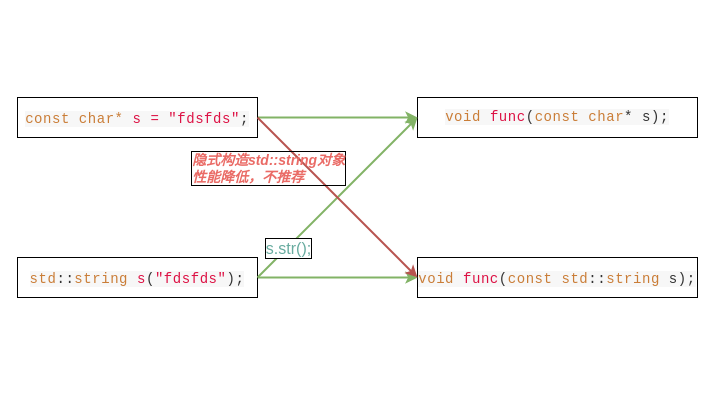
Earlier version of the draw.io diagram char_or_string.drawio (alanzhai219/code-snippet). Source tidied: cells renumbered, new cells numbered last; positions are measured from the earlier drawing's top-left corner, leaving out a move shared by most shapes. Both pictures are drawn from the tidied source at 100%, with x=0, y=0 at pixel (17, 97).
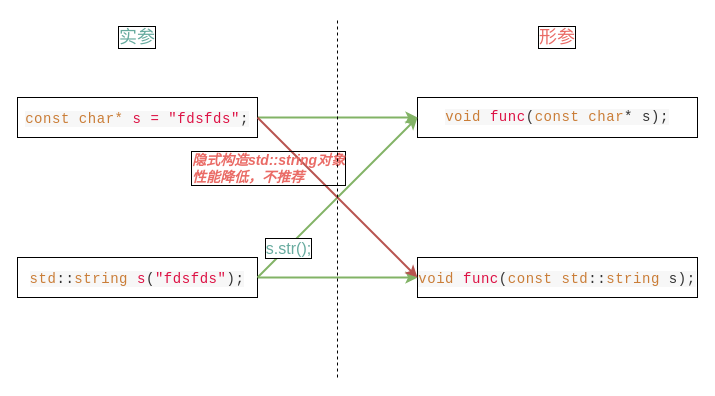
Above is the later version.

What changed in the source:
```diff
@@
 <mxGraphModel>
   <root>
     <mxCell id="0" />
     <mxCell id="1" parent="0" />
     <mxCell id="2" value="&lt;span class=&quot;code-snippet__function&quot; style=&quot;margin: 0px ; padding: 0px ; outline: 0px ; max-width: 1000% ; color: rgb(51 , 51 , 51) ; font-family: &amp;#34;consolas&amp;#34; , &amp;#34;liberation mono&amp;#34; , &amp;#34;menlo&amp;#34; , &amp;#34;courier&amp;#34; , monospace ; font-size: 14px ; letter-spacing: 0.544px ; text-align: left ; background-color: rgba(0 , 0 , 0 , 0.03) ; visibility: visible ; box-sizing: border-box ; overflow-wrap: break-word&quot;&gt;&lt;span class=&quot;code-snippet__keyword&quot; style=&quot;margin: 0px ; padding: 0px ; outline: 0px ; max-width: 1000% ; box-sizing: border-box ; overflow-wrap: break-word ; color: rgb(202 , 125 , 55) ; visibility: visible&quot;&gt;void&lt;/span&gt; &lt;span class=&quot;code-snippet__title&quot; style=&quot;margin: 0px ; padding: 0px ; outline: 0px ; max-width: 1000% ; box-sizing: border-box ; overflow-wrap: break-word ; color: rgb(221 , 17 , 68) ; visibility: visible&quot;&gt;func&lt;/span&gt;&lt;span class=&quot;code-snippet__params&quot; style=&quot;margin: 0px ; padding: 0px ; outline: 0px ; max-width: 1000% ; box-sizing: border-box ; overflow-wrap: break-word ; visibility: visible&quot;&gt;(&lt;span class=&quot;code-snippet__keyword&quot; style=&quot;margin: 0px ; padding: 0px ; outline: 0px ; max-width: 1000% ; box-sizing: border-box ; overflow-wrap: break-word ; color: rgb(202 , 125 , 55) ; visibility: visible&quot;&gt;const&lt;/span&gt; &lt;span class=&quot;code-snippet__keyword&quot; style=&quot;margin: 0px ; padding: 0px ; outline: 0px ; max-width: 1000% ; box-sizing: border-box ; overflow-wrap: break-word ; color: rgb(202 , 125 , 55) ; visibility: visible&quot;&gt;char&lt;/span&gt;* s)&lt;/span&gt;&lt;/span&gt;&lt;span style=&quot;color: rgb(51 , 51 , 51) ; font-family: &amp;#34;consolas&amp;#34; , &amp;#34;liberation mono&amp;#34; , &amp;#34;menlo&amp;#34; , &amp;#34;courier&amp;#34; , monospace ; font-size: 14px ; letter-spacing: 0.544px ; text-align: left ; background-color: rgba(0 , 0 , 0 , 0.03)&quot;&gt;;&lt;/span&gt;" style="rounded=0;whiteSpace=wrap;html=1;" parent="1" vertex="1">
       <mxGeometry x="400" width="280" height="40" as="geometry" />
     </mxCell>
     <mxCell id="3" value="&lt;span class=&quot;code-snippet__function&quot; style=&quot;margin: 0px ; padding: 0px ; outline: 0px ; max-width: 1000% ; color: rgb(51 , 51 , 51) ; font-family: &amp;#34;consolas&amp;#34; , &amp;#34;liberation mono&amp;#34; , &amp;#34;menlo&amp;#34; , &amp;#34;courier&amp;#34; , monospace ; font-size: 14px ; letter-spacing: 0.544px ; text-align: left ; background-color: rgba(0 , 0 , 0 , 0.03) ; visibility: visible ; box-sizing: border-box ; overflow-wrap: break-word&quot;&gt;&lt;span class=&quot;code-snippet__keyword&quot; style=&quot;margin: 0px ; padding: 0px ; outline: 0px ; max-width: 1000% ; box-sizing: border-box ; overflow-wrap: break-word ; color: rgb(202 , 125 , 55) ; visibility: visible&quot;&gt;void&lt;/span&gt; &lt;span class=&quot;code-snippet__title&quot; style=&quot;margin: 0px ; padding: 0px ; outline: 0px ; max-width: 1000% ; box-sizing: border-box ; overflow-wrap: break-word ; color: rgb(221 , 17 , 68) ; visibility: visible&quot;&gt;func&lt;/span&gt;&lt;span class=&quot;code-snippet__params&quot; style=&quot;margin: 0px ; padding: 0px ; outline: 0px ; max-width: 1000% ; box-sizing: border-box ; overflow-wrap: break-word ; visibility: visible&quot;&gt;(&lt;span class=&quot;code-snippet__keyword&quot; style=&quot;margin: 0px ; padding: 0px ; outline: 0px ; max-width: 1000% ; box-sizing: border-box ; overflow-wrap: break-word ; color: rgb(202 , 125 , 55) ; visibility: visible&quot;&gt;const&lt;/span&gt; &lt;span class=&quot;code-snippet__built_in&quot; style=&quot;margin: 0px ; padding: 0px ; outline: 0px ; max-width: 1000% ; box-sizing: border-box ; overflow-wrap: break-word ; color: rgb(202 , 125 , 55) ; visibility: visible&quot;&gt;std&lt;/span&gt;::&lt;span class=&quot;code-snippet__built_in&quot; style=&quot;margin: 0px ; padding: 0px ; outline: 0px ; max-width: 1000% ; box-sizing: border-box ; overflow-wrap: break-word ; color: rgb(202 , 125 , 55) ; visibility: visible&quot;&gt;string&lt;/span&gt;&amp;nbsp;s)&lt;/span&gt;&lt;/span&gt;&lt;span style=&quot;color: rgb(51 , 51 , 51) ; font-family: &amp;#34;consolas&amp;#34; , &amp;#34;liberation mono&amp;#34; , &amp;#34;menlo&amp;#34; , &amp;#34;courier&amp;#34; , monospace ; font-size: 14px ; letter-spacing: 0.544px ; text-align: left ; background-color: rgba(0 , 0 , 0 , 0.03)&quot;&gt;;&lt;/span&gt;" style="rounded=0;whiteSpace=wrap;html=1;fontSize=16;" parent="1" vertex="1">
       <mxGeometry x="400" y="160" width="280" height="40" as="geometry" />
     </mxCell>
     <mxCell id="4" style="edgeStyle=orthogonalEdgeStyle;rounded=0;jettySize=auto;html=1;fontSize=16;fontColor=#EA6B66;fillColor=#d5e8d4;strokeColor=#82b366;strokeWidth=2;" parent="1" edge="1" source="5">
       <mxGeometry relative="1" as="geometry">
         <mxPoint x="400" y="20" as="targetPoint" />
       </mxGeometry>
     </mxCell>
     <mxCell id="5" value="&lt;span class=&quot;code-snippet__function&quot; style=&quot;margin: 0px ; padding: 0px ; outline: 0px ; max-width: 1000% ; font-family: &amp;#34;consolas&amp;#34; , &amp;#34;liberation mono&amp;#34; , &amp;#34;menlo&amp;#34; , &amp;#34;courier&amp;#34; , monospace ; font-size: 14px ; letter-spacing: 0.544px ; text-align: left ; background-color: rgba(0 , 0 , 0 , 0.03) ; visibility: visible ; box-sizing: border-box ; overflow-wrap: break-word&quot;&gt;&lt;font color=&quot;#ca7d37&quot;&gt;const char*&amp;nbsp;&lt;/font&gt;&lt;/span&gt;&lt;span class=&quot;code-snippet__function&quot; style=&quot;margin: 0px ; padding: 0px ; outline: 0px ; max-width: 1000% ; color: rgb(51 , 51 , 51) ; font-family: &amp;#34;consolas&amp;#34; , &amp;#34;liberation mono&amp;#34; , &amp;#34;menlo&amp;#34; , &amp;#34;courier&amp;#34; , monospace ; font-size: 14px ; letter-spacing: 0.544px ; text-align: left ; background-color: rgba(0 , 0 , 0 , 0.03) ; visibility: visible ; box-sizing: border-box ; overflow-wrap: break-word&quot;&gt;&lt;span class=&quot;code-snippet__title&quot; style=&quot;margin: 0px ; padding: 0px ; outline: 0px ; max-width: 1000% ; box-sizing: border-box ; overflow-wrap: break-word ; color: rgb(221 , 17 , 68) ; visibility: visible&quot;&gt;s =&amp;nbsp;&lt;/span&gt;&lt;span class=&quot;code-snippet__params&quot; style=&quot;margin: 0px ; padding: 0px ; outline: 0px ; max-width: 1000% ; box-sizing: border-box ; overflow-wrap: break-word ; visibility: visible&quot;&gt;&lt;span class=&quot;code-snippet__string&quot; style=&quot;margin: 0px ; padding: 0px ; outline: 0px ; max-width: 1000% ; box-sizing: border-box ; overflow-wrap: break-word ; color: rgb(221 , 17 , 68) ; visibility: visible&quot;&gt;&quot;fdsfds&quot;&lt;/span&gt;&lt;/span&gt;&lt;/span&gt;&lt;span style=&quot;color: rgb(51 , 51 , 51) ; font-family: &amp;#34;consolas&amp;#34; , &amp;#34;liberation mono&amp;#34; , &amp;#34;menlo&amp;#34; , &amp;#34;courier&amp;#34; , monospace ; font-size: 14px ; letter-spacing: 0.544px ; text-align: left ; background-color: rgba(0 , 0 , 0 , 0.03)&quot;&gt;;&lt;/span&gt;" style="rounded=0;whiteSpace=wrap;html=1;fontSize=16;" parent="1" vertex="1">
       <mxGeometry width="240" height="40" as="geometry" />
     </mxCell>
     <mxCell id="6" style="edgeStyle=orthogonalEdgeStyle;rounded=0;jettySize=auto;html=1;fontSize=16;fontColor=#EA6B66;fillColor=#d5e8d4;strokeColor=#82b366;strokeWidth=2;" parent="1" edge="1" source="7">
       <mxGeometry relative="1" as="geometry">
         <mxPoint x="400" y="180" as="targetPoint" />
       </mxGeometry>
     </mxCell>
     <mxCell id="7" value="&lt;span class=&quot;code-snippet__built_in&quot; style=&quot;margin: 0px ; padding: 0px ; outline: 0px ; max-width: 1000% ; color: rgb(202 , 125 , 55) ; font-family: &amp;#34;consolas&amp;#34; , &amp;#34;liberation mono&amp;#34; , &amp;#34;menlo&amp;#34; , &amp;#34;courier&amp;#34; , monospace ; font-size: 14px ; letter-spacing: 0.544px ; text-align: left ; background-color: rgba(0 , 0 , 0 , 0.03) ; visibility: visible ; box-sizing: border-box ; overflow-wrap: break-word&quot;&gt;std&lt;/span&gt;&lt;span style=&quot;color: rgb(51 , 51 , 51) ; font-family: &amp;#34;consolas&amp;#34; , &amp;#34;liberation mono&amp;#34; , &amp;#34;menlo&amp;#34; , &amp;#34;courier&amp;#34; , monospace ; font-size: 14px ; letter-spacing: 0.544px ; text-align: left ; background-color: rgba(0 , 0 , 0 , 0.03)&quot;&gt;::&lt;/span&gt;&lt;span class=&quot;code-snippet__function&quot; style=&quot;margin: 0px ; padding: 0px ; outline: 0px ; max-width: 1000% ; color: rgb(51 , 51 , 51) ; font-family: &amp;#34;consolas&amp;#34; , &amp;#34;liberation mono&amp;#34; , &amp;#34;menlo&amp;#34; , &amp;#34;courier&amp;#34; , monospace ; font-size: 14px ; letter-spacing: 0.544px ; text-align: left ; background-color: rgba(0 , 0 , 0 , 0.03) ; visibility: visible ; box-sizing: border-box ; overflow-wrap: break-word&quot;&gt;&lt;span class=&quot;code-snippet__built_in&quot; style=&quot;margin: 0px ; padding: 0px ; outline: 0px ; max-width: 1000% ; box-sizing: border-box ; overflow-wrap: break-word ; color: rgb(202 , 125 , 55) ; visibility: visible&quot;&gt;string&lt;/span&gt; &lt;span class=&quot;code-snippet__title&quot; style=&quot;margin: 0px ; padding: 0px ; outline: 0px ; max-width: 1000% ; box-sizing: border-box ; overflow-wrap: break-word ; color: rgb(221 , 17 , 68) ; visibility: visible&quot;&gt;s&lt;/span&gt;&lt;span class=&quot;code-snippet__params&quot; style=&quot;margin: 0px ; padding: 0px ; outline: 0px ; max-width: 1000% ; box-sizing: border-box ; overflow-wrap: break-word ; visibility: visible&quot;&gt;(&lt;span class=&quot;code-snippet__string&quot; style=&quot;margin: 0px ; padding: 0px ; outline: 0px ; max-width: 1000% ; box-sizing: border-box ; overflow-wrap: break-word ; color: rgb(221 , 17 , 68) ; visibility: visible&quot;&gt;&quot;fdsfds&quot;&lt;/span&gt;)&lt;/span&gt;&lt;/span&gt;&lt;span style=&quot;color: rgb(51 , 51 , 51) ; font-family: &amp;#34;consolas&amp;#34; , &amp;#34;liberation mono&amp;#34; , &amp;#34;menlo&amp;#34; , &amp;#34;courier&amp;#34; , monospace ; font-size: 14px ; letter-spacing: 0.544px ; text-align: left ; background-color: rgba(0 , 0 , 0 , 0.03)&quot;&gt;;&lt;/span&gt;" style="rounded=0;whiteSpace=wrap;html=1;fontSize=16;" parent="1" vertex="1">
       <mxGeometry y="160" width="240" height="40" as="geometry" />
     </mxCell>
     <mxCell id="8" style="endArrow=classic;html=1;rounded=0;fontSize=16;exitX=1;exitY=0.5;exitDx=0;exitDy=0;entryX=0;entryY=0.5;entryDx=0;entryDy=0;fillColor=#d5e8d4;strokeColor=#82b366;strokeWidth=2;" parent="1" edge="1" source="7" target="2">
       <mxGeometry relative="1" as="geometry" />
     </mxCell>
     <mxCell id="9" value="&lt;font color=&quot;#67ab9f&quot;&gt;s.str();&lt;/font&gt;" style="edgeLabel;html=1;align=center;verticalAlign=middle;fontSize=16;labelBorderColor=default;" parent="8" vertex="1">
       <mxGeometry x="-0.39" y="1" relative="1" as="geometry">
         <mxPoint x="-18" y="20" as="offset" />
       </mxGeometry>
     </mxCell>
     <mxCell id="10" style="endArrow=classic;html=1;rounded=0;fontSize=16;fontColor=#EA6B66;exitX=1;exitY=0.5;exitDx=0;exitDy=0;entryX=0;entryY=0.5;entryDx=0;entryDy=0;fillColor=#f8cecc;strokeColor=#b85450;strokeWidth=2;" parent="1" edge="1" source="5" target="3">
       <mxGeometry relative="1" as="geometry" />
     </mxCell>
     <mxCell id="11" value="&lt;div style=&quot;text-align: left ; font-size: 14px&quot;&gt;&lt;font style=&quot;font-size: 14px&quot;&gt;&lt;b&gt;&lt;i&gt;隐&lt;font style=&quot;font-size: 14px&quot;&gt;式构造std::string对象&lt;/font&gt;&lt;/i&gt;&lt;/b&gt;&lt;/font&gt;&lt;/div&gt;&lt;font style=&quot;font-size: 14px&quot;&gt;&lt;div style=&quot;text-align: left&quot;&gt;&lt;b&gt;&lt;i&gt;性能降低，不推荐&lt;/i&gt;&lt;/b&gt;&lt;/div&gt;&lt;/font&gt;" style="edgeLabel;html=1;align=center;verticalAlign=middle;fontSize=15;fontColor=#EA6B66;labelBackgroundColor=none;labelBorderColor=default;" parent="10" vertex="1">
       <mxGeometry x="-0.54" y="-1" relative="1" as="geometry">
         <mxPoint x="-26" y="13" as="offset" />
       </mxGeometry>
     </mxCell>
+    <mxCell id="12" style="endArrow=none;dashed=1;html=1;strokeWidth=1;rounded=0;fontSize=14;fontColor=#67AB9F;" parent="1" edge="1">
+      <mxGeometry relative="1" as="geometry">
+        <mxPoint x="320" y="280" as="sourcePoint" />
+        <mxPoint x="320" y="-80" as="targetPoint" />
+      </mxGeometry>
+    </mxCell>
+    <mxCell id="13" value="&lt;font style=&quot;font-size: 18px&quot;&gt;实参&lt;/font&gt;" style="text;html=1;strokeColor=none;fillColor=none;align=center;verticalAlign=middle;whiteSpace=wrap;rounded=0;labelBackgroundColor=none;labelBorderColor=default;fontSize=14;fontColor=#67AB9F;" parent="1" vertex="1">
+      <mxGeometry x="80" y="-80" width="80" height="40" as="geometry" />
+    </mxCell>
+    <mxCell id="14" value="&lt;font style=&quot;font-size: 18px&quot; color=&quot;#ea6b66&quot;&gt;形参&lt;/font&gt;" style="text;html=1;strokeColor=none;fillColor=none;align=center;verticalAlign=middle;whiteSpace=wrap;rounded=0;labelBackgroundColor=none;labelBorderColor=default;fontSize=14;fontColor=#67AB9F;" parent="1" vertex="1">
+      <mxGeometry x="500" y="-80" width="80" height="40" as="geometry" />
+    </mxCell>
   </root>
 </mxGraphModel>
```
